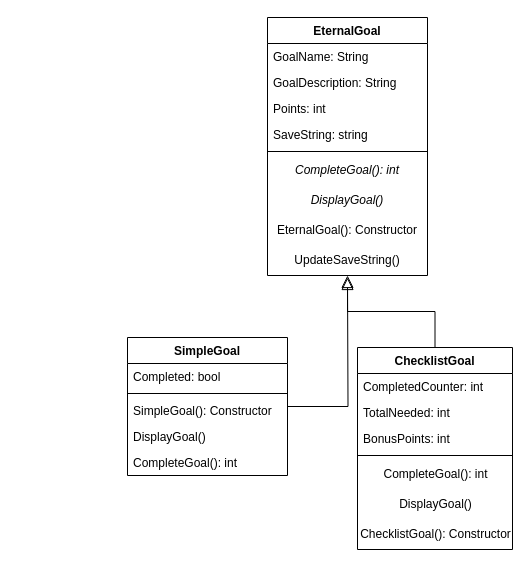
Jebthegamer/cse210_hw keeps this draw.io diagram as Draw.io/Polymorphism.drawio. Above is the earlier version. Source tidied: cells renumbered, new cells numbered last; positions are measured from the earlier drawing's top-left corner, leaving out a move shared by most shapes. Both pictures are drawn from the tidied source at 100%, with x=0, y=0 at pixel (127, 17).
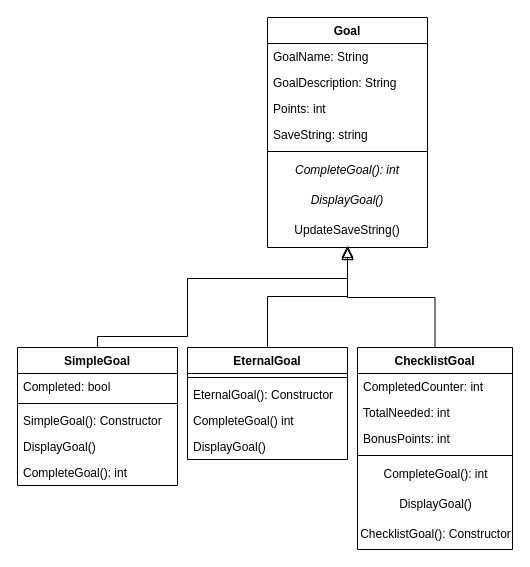
Above is the later version.

What changed in the source:
```diff
@@
-    <mxCell id="2" value="EternalGoal" style="swimlane;fontStyle=1;align=center;verticalAlign=top;horizontal=1;startSize=26;rounded=0;shadow=0;strokeWidth=1;" parent="1" vertex="1">
-      <mxGeometry x="140" width="160" height="258" as="geometry" />
+    <mxCell id="2" value="Goal" style="swimlane;fontStyle=1;align=center;verticalAlign=top;horizontal=1;startSize=26;rounded=0;shadow=0;strokeWidth=1;" parent="1" vertex="1">
+      <mxGeometry x="140" width="160" height="230" as="geometry" />
     </mxCell>
@@
-    <mxCell id="10" value="EternalGoal(): Constructor" style="text;html=1;strokeColor=none;fillColor=none;align=center;verticalAlign=middle;whiteSpace=wrap;rounded=0;" parent="2" vertex="1">
-      <mxGeometry y="198" width="160" height="30" as="geometry" />
-    </mxCell>
     <mxCell id="11" value="UpdateSaveString()" style="text;html=1;strokeColor=none;fillColor=none;align=center;verticalAlign=middle;whiteSpace=wrap;rounded=0;" parent="2" vertex="1">
-      <mxGeometry y="228" width="160" height="30" as="geometry" />
+      <mxGeometry y="198" width="160" height="30" as="geometry" />
     </mxCell>
@@
     <mxCell id="21" style="edgeStyle=orthogonalEdgeStyle;rounded=0;jettySize=auto;html=1;endArrow=block;endFill=0;startSize=6;endSize=10;" parent="1" edge="1" source="22">
       <mxGeometry relative="1" as="geometry">
-        <mxPoint x="220" y="260" as="targetPoint" />
+        <mxPoint x="220" y="230" as="targetPoint" />
+        <Array as="points">
+          <mxPoint x="-30" y="319" />
+          <mxPoint x="60" y="319" />
+          <mxPoint x="60" y="261" />
+        </Array>
       </mxGeometry>
     </mxCell>
     <mxCell id="22" value="SimpleGoal" style="swimlane;fontStyle=1;align=center;verticalAlign=top;horizontal=1;startSize=26;whiteSpace=wrap;html=1;" parent="1" vertex="1">
-      <mxGeometry y="320" width="160" height="138" as="geometry" />
+      <mxGeometry x="-110" y="330" width="160" height="138" as="geometry" />
     </mxCell>
@@
+    <mxCell id="28" style="edgeStyle=orthogonalEdgeStyle;rounded=0;jettySize=auto;html=1;exitX=0.5;exitY=0;exitDx=0;exitDy=0;endArrow=block;endFill=0;startSize=6;endSize=10;entryX=0.5;entryY=1;entryDx=0;entryDy=0;" parent="1" edge="1" source="29" target="11">
+      <mxGeometry relative="1" as="geometry" />
+    </mxCell>
+    <mxCell id="29" value="EternalGoal" style="swimlane;fontStyle=1;align=center;verticalAlign=top;horizontal=1;startSize=26;whiteSpace=wrap;html=1;" parent="1" vertex="1">
+      <mxGeometry x="60" y="330" width="160" height="112" as="geometry" />
+    </mxCell>
+    <mxCell id="30" style="line;strokeWidth=1;fillColor=none;align=left;verticalAlign=middle;spacingTop=-1;spacingLeft=3;spacingRight=3;labelPosition=right;strokeColor=inherit;" parent="29" vertex="1">
+      <mxGeometry y="26" width="160" height="8" as="geometry" />
+    </mxCell>
+    <mxCell id="10" value="EternalGoal(): Constructor" style="text;strokeColor=none;fillColor=none;align=left;verticalAlign=top;spacingLeft=4;spacingRight=4;overflow=hidden;whiteSpace=wrap;html=1;" parent="29" vertex="1">
+      <mxGeometry y="34" width="160" height="26" as="geometry" />
+    </mxCell>
+    <mxCell id="31" value="CompleteGoal() int" style="text;strokeColor=none;fillColor=none;align=left;verticalAlign=top;spacingLeft=4;spacingRight=4;overflow=hidden;whiteSpace=wrap;html=1;" parent="29" vertex="1">
+      <mxGeometry y="60" width="160" height="26" as="geometry" />
+    </mxCell>
+    <mxCell id="32" value="DisplayGoal()" style="text;strokeColor=none;fillColor=none;align=left;verticalAlign=top;spacingLeft=4;spacingRight=4;overflow=hidden;whiteSpace=wrap;html=1;" parent="29" vertex="1">
+      <mxGeometry y="86" width="160" height="26" as="geometry" />
+    </mxCell>
```
